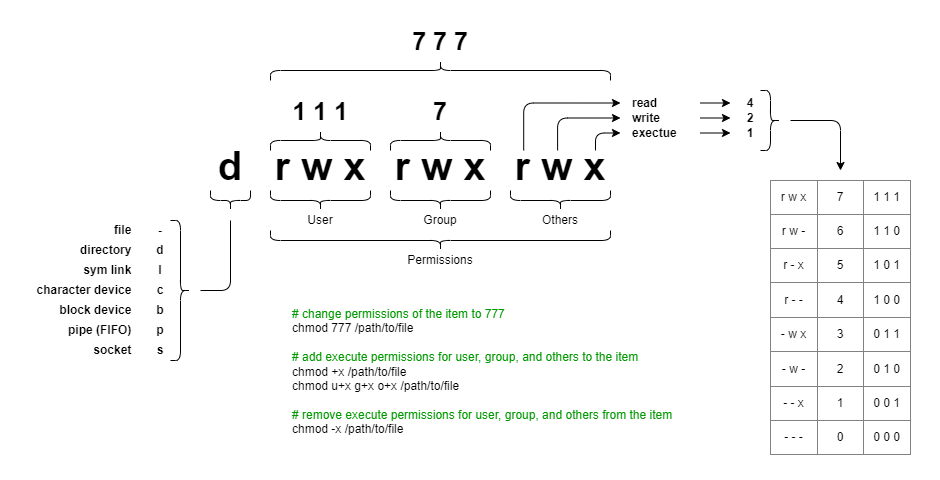
Turukmoorea/cheat_sheets keeps this draw.io diagram as unix_rwx_cheat_pic/unix_rwx.png. Above is the earlier version. Source tidied: cells renumbered, new cells last; positions are measured from the earlier drawing's top-left corner, leaving out a move shared by most shapes.
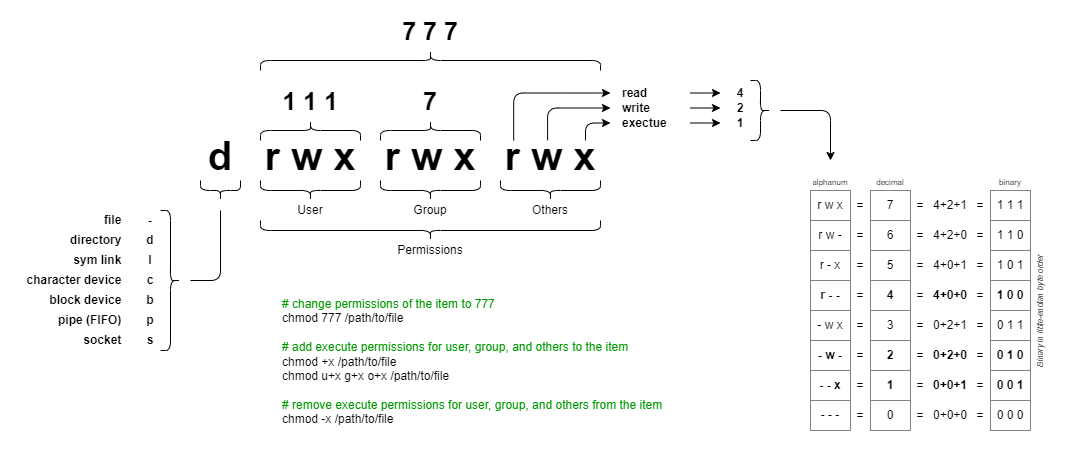
After the change.

Commit message:
update unix_rwx

What changed in the source:
```diff
@@ -2,9 +2,9 @@
   <root>
     <mxCell id="0" />
     <mxCell id="1" parent="0" />
-    <mxCell id="2" style="rounded=0;whiteSpace=wrap;html=1;strokeColor=none;" parent="1" vertex="1">
-      <mxGeometry y="100" width="940" height="480" as="geometry" />
-    </mxCell>
+    <mxCell id="86" style="rounded=0;whiteSpace=wrap;html=1;strokeColor=none;" parent="1" vertex="1">
+      <mxGeometry x="10" y="110" width="1070" height="450" as="geometry" />
+    </mxCell>
     <mxCell id="3" value="Permissions" style="text;html=1;align=center;verticalAlign=middle;whiteSpace=wrap;rounded=0;" parent="1" vertex="1">
       <mxGeometry x="270" y="350" width="340" height="20" as="geometry" />
     </mxCell>
@@ -137,105 +137,6 @@
     <mxCell id="44" value="4" style="text;html=1;align=center;verticalAlign=middle;whiteSpace=wrap;rounded=0;fontStyle=1;" parent="1" vertex="1">
       <mxGeometry x="730" y="195" width="40" height="15" as="geometry" />
     </mxCell>
-    <mxCell id="45" style="shadow=0;fillColor=none;strokeWidth=1;strokeColor=#828282;" parent="1" vertex="1">
-      <mxGeometry x="770" y="280" width="140" height="274" as="geometry" />
-    </mxCell>
-    <mxCell id="46" style="shape=tableRow;horizontal=0;startSize=0;swimlaneHead=0;swimlaneBody=0;top=0;left=0;bottom=0;right=0;fontStyle=0;fillColor=none;strokeColor=#828282;" parent="45" vertex="1">
-      <mxGeometry width="140" height="34" as="geometry" />
-    </mxCell>
-    <mxCell id="47" value="r w x" style="strokeColor=#828282;fillColor=none;align=center;whiteSpace=wrap;html=1;" parent="46" vertex="1">
-      <mxGeometry width="47" height="34" as="geometry" />
-    </mxCell>
-    <mxCell id="48" value="7" style="strokeColor=#828282;fillColor=none;align=center;whiteSpace=wrap;html=1;" parent="46" vertex="1">
-      <mxGeometry x="47" width="46" height="34" as="geometry" />
-    </mxCell>
-    <mxCell id="49" value="1 1 1" style="strokeColor=#828282;fillColor=none;align=center;whiteSpace=wrap;html=1;" parent="46" vertex="1">
-      <mxGeometry x="93" width="47" height="34" as="geometry" />
-    </mxCell>
-    <mxCell id="50" style="shape=tableRow;horizontal=0;startSize=0;swimlaneHead=0;swimlaneBody=0;top=0;left=0;bottom=0;right=0;fontStyle=0;fillColor=none;strokeColor=#828282;" parent="45" vertex="1">
-      <mxGeometry y="34" width="140" height="34" as="geometry" />
-    </mxCell>
-    <mxCell id="51" value="r w -" style="strokeColor=#828282;fillColor=none;align=center;whiteSpace=wrap;html=1;" parent="50" vertex="1">
-      <mxGeometry width="47" height="34" as="geometry" />
-    </mxCell>
-    <mxCell id="52" value="6" style="strokeColor=#828282;fillColor=none;align=center;whiteSpace=wrap;html=1;" parent="50" vertex="1">
-      <mxGeometry x="47" width="46" height="34" as="geometry" />
-    </mxCell>
-    <mxCell id="53" value="1 1 0" style="strokeColor=#828282;fillColor=none;align=center;whiteSpace=wrap;html=1;" parent="50" vertex="1">
-      <mxGeometry x="93" width="47" height="34" as="geometry" />
-    </mxCell>
-    <mxCell id="54" style="shape=tableRow;horizontal=0;startSize=0;swimlaneHead=0;swimlaneBody=0;top=0;left=0;bottom=0;right=0;fontStyle=0;fillColor=none;strokeColor=#828282;" parent="45" vertex="1">
-      <mxGeometry y="68" width="140" height="34" as="geometry" />
-    </mxCell>
-    <mxCell id="55" value="r - x" style="strokeColor=#828282;fillColor=none;align=center;whiteSpace=wrap;html=1;" parent="54" vertex="1">
-      <mxGeometry width="47" height="34" as="geometry" />
-    </mxCell>
-    <mxCell id="56" value="5" style="strokeColor=#828282;fillColor=none;align=center;whiteSpace=wrap;html=1;" parent="54" vertex="1">
-      <mxGeometry x="47" width="46" height="34" as="geometry" />
-    </mxCell>
-    <mxCell id="57" value="1 0 1" style="strokeColor=#828282;fillColor=none;align=center;whiteSpace=wrap;html=1;" parent="54" vertex="1">
-      <mxGeometry x="93" width="47" height="34" as="geometry" />
-    </mxCell>
-    <mxCell id="58" style="shape=tableRow;horizontal=0;startSize=0;swimlaneHead=0;swimlaneBody=0;top=0;left=0;bottom=0;right=0;fontStyle=0;fillColor=none;strokeColor=#828282;" parent="45" vertex="1">
-      <mxGeometry y="102" width="140" height="35" as="geometry" />
-    </mxCell>
-    <mxCell id="59" value="r - -" style="strokeColor=#828282;fillColor=none;align=center;whiteSpace=wrap;html=1;" parent="58" vertex="1">
-      <mxGeometry width="47" height="35" as="geometry" />
-    </mxCell>
-    <mxCell id="60" value="4" style="strokeColor=#828282;fillColor=none;align=center;whiteSpace=wrap;html=1;" parent="58" vertex="1">
-      <mxGeometry x="47" width="46" height="35" as="geometry" />
-    </mxCell>
-    <mxCell id="61" value="1 0 0" style="strokeColor=#828282;fillColor=none;align=center;whiteSpace=wrap;html=1;" parent="58" vertex="1">
-      <mxGeometry x="93" width="47" height="35" as="geometry" />
-    </mxCell>
-    <mxCell id="62" style="shape=tableRow;horizontal=0;startSize=0;swimlaneHead=0;swimlaneBody=0;top=0;left=0;bottom=0;right=0;fontStyle=0;fillColor=none;strokeColor=#828282;" parent="45" vertex="1">
-      <mxGeometry y="137" width="140" height="34" as="geometry" />
-    </mxCell>
-    <mxCell id="63" value="- w x" style="strokeColor=#828282;fillColor=none;align=center;whiteSpace=wrap;html=1;" parent="62" vertex="1">
-      <mxGeometry width="47" height="34" as="geometry" />
-    </mxCell>
-    <mxCell id="64" value="3" style="strokeColor=#828282;fillColor=none;align=center;whiteSpace=wrap;html=1;" parent="62" vertex="1">
-      <mxGeometry x="47" width="46" height="34" as="geometry" />
-    </mxCell>
-    <mxCell id="65" value="0 1 1" style="strokeColor=#828282;fillColor=none;align=center;whiteSpace=wrap;html=1;" parent="62" vertex="1">
-      <mxGeometry x="93" width="47" height="34" as="geometry" />
-    </mxCell>
-    <mxCell id="66" style="shape=tableRow;horizontal=0;startSize=0;swimlaneHead=0;swimlaneBody=0;top=0;left=0;bottom=0;right=0;fontStyle=0;fillColor=none;strokeColor=#828282;" parent="45" vertex="1">
-      <mxGeometry y="171" width="140" height="35" as="geometry" />
-    </mxCell>
-    <mxCell id="67" value="- w -" style="strokeColor=#828282;fillColor=none;align=center;whiteSpace=wrap;html=1;" parent="66" vertex="1">
-      <mxGeometry width="47" height="35" as="geometry" />
-    </mxCell>
-    <mxCell id="68" value="2" style="strokeColor=#828282;fillColor=none;align=center;whiteSpace=wrap;html=1;" parent="66" vertex="1">
-      <mxGeometry x="47" width="46" height="35" as="geometry" />
-    </mxCell>
-    <mxCell id="69" value="0 1 0" style="strokeColor=#828282;fillColor=none;align=center;whiteSpace=wrap;html=1;" parent="66" vertex="1">
-      <mxGeometry x="93" width="47" height="35" as="geometry" />
-    </mxCell>
-    <mxCell id="70" style="shape=tableRow;horizontal=0;startSize=0;swimlaneHead=0;swimlaneBody=0;top=0;left=0;bottom=0;right=0;fontStyle=0;fillColor=none;strokeColor=#828282;" parent="45" vertex="1">
-      <mxGeometry y="206" width="140" height="34" as="geometry" />
-    </mxCell>
-    <mxCell id="71" value="- - x" style="strokeColor=#828282;fillColor=none;align=center;whiteSpace=wrap;html=1;" parent="70" vertex="1">
-      <mxGeometry width="47" height="34" as="geometry" />
-    </mxCell>
-    <mxCell id="72" value="1" style="strokeColor=#828282;fillColor=none;align=center;whiteSpace=wrap;html=1;" parent="70" vertex="1">
-      <mxGeometry x="47" width="46" height="34" as="geometry" />
-    </mxCell>
-    <mxCell id="73" value="0 0 1" style="strokeColor=#828282;fillColor=none;align=center;whiteSpace=wrap;html=1;" parent="70" vertex="1">
-      <mxGeometry x="93" width="47" height="34" as="geometry" />
-    </mxCell>
-    <mxCell id="74" style="shape=tableRow;horizontal=0;startSize=0;swimlaneHead=0;swimlaneBody=0;top=0;left=0;bottom=0;right=0;fontStyle=0;fillColor=none;strokeColor=#828282;" parent="45" vertex="1">
-      <mxGeometry y="240" width="140" height="34" as="geometry" />
-    </mxCell>
-    <mxCell id="75" value="- - -" style="strokeColor=#828282;fillColor=none;align=center;whiteSpace=wrap;html=1;" parent="74" vertex="1">
-      <mxGeometry width="47" height="34" as="geometry" />
-    </mxCell>
-    <mxCell id="76" value="0" style="strokeColor=#828282;fillColor=none;align=center;whiteSpace=wrap;html=1;" parent="74" vertex="1">
-      <mxGeometry x="47" width="46" height="34" as="geometry" />
-    </mxCell>
-    <mxCell id="77" value="0 0 0" style="strokeColor=#828282;fillColor=none;align=center;whiteSpace=wrap;html=1;" parent="74" vertex="1">
-      <mxGeometry x="93" width="47" height="34" as="geometry" />
-    </mxCell>
     <mxCell id="78" style="shape=curlyBracket;whiteSpace=wrap;html=1;rounded=1;labelPosition=left;verticalLabelPosition=middle;align=right;verticalAlign=middle;rotation=-180;" parent="1" vertex="1">
       <mxGeometry x="760" y="190" width="20" height="60" as="geometry" />
     </mxCell>
@@ -266,5 +167,206 @@
     <mxCell id="85" style="shape=curlyBracket;whiteSpace=wrap;html=1;rounded=1;labelPosition=left;verticalLabelPosition=middle;align=right;verticalAlign=middle;rotation=90;" parent="1" vertex="1">
       <mxGeometry x="430" y="190" width="20" height="100" as="geometry" />
     </mxCell>
+    <mxCell id="87" value="alphanum" style="text;html=1;align=center;verticalAlign=bottom;whiteSpace=wrap;rounded=0;fontSize=8;" parent="1" vertex="1">
+      <mxGeometry x="820" y="280" width="40" height="20" as="geometry" />
+    </mxCell>
+    <mxCell id="88" value="decimal" style="text;html=1;align=center;verticalAlign=bottom;whiteSpace=wrap;rounded=0;fontSize=8;" parent="1" vertex="1">
+      <mxGeometry x="880" y="280" width="40" height="20" as="geometry" />
+    </mxCell>
+    <mxCell id="89" value="binary" style="text;html=1;align=center;verticalAlign=bottom;whiteSpace=wrap;rounded=0;fontSize=8;" parent="1" vertex="1">
+      <mxGeometry x="1000" y="280" width="40" height="20" as="geometry" />
+    </mxCell>
+    <mxCell id="90" value="=" style="group;" parent="1" vertex="1">
+      <mxGeometry x="860" y="300" width="20" height="240" as="geometry" />
+    </mxCell>
+    <mxCell id="91" value="=" style="rounded=0;whiteSpace=wrap;html=1;strokeColor=none;" parent="90" vertex="1">
+      <mxGeometry width="20" height="30" as="geometry" />
+    </mxCell>
+    <mxCell id="92" value="=" style="rounded=0;whiteSpace=wrap;html=1;strokeColor=none;" parent="90" vertex="1">
+      <mxGeometry y="30" width="20" height="30" as="geometry" />
+    </mxCell>
+    <mxCell id="93" value="=" style="rounded=0;whiteSpace=wrap;html=1;strokeColor=none;" parent="90" vertex="1">
+      <mxGeometry y="60" width="20" height="30" as="geometry" />
+    </mxCell>
+    <mxCell id="94" value="=" style="rounded=0;whiteSpace=wrap;html=1;strokeColor=none;" parent="90" vertex="1">
+      <mxGeometry y="90" width="20" height="30" as="geometry" />
+    </mxCell>
+    <mxCell id="95" value="=" style="rounded=0;whiteSpace=wrap;html=1;strokeColor=none;" parent="90" vertex="1">
+      <mxGeometry y="120" width="20" height="30" as="geometry" />
+    </mxCell>
+    <mxCell id="96" value="=" style="rounded=0;whiteSpace=wrap;html=1;strokeColor=none;" parent="90" vertex="1">
+      <mxGeometry y="150" width="20" height="30" as="geometry" />
+    </mxCell>
+    <mxCell id="97" value="=" style="rounded=0;whiteSpace=wrap;html=1;strokeColor=none;" parent="90" vertex="1">
+      <mxGeometry y="180" width="20" height="30" as="geometry" />
+    </mxCell>
+    <mxCell id="98" value="=" style="rounded=0;whiteSpace=wrap;html=1;strokeColor=none;" parent="90" vertex="1">
+      <mxGeometry y="210" width="20" height="30" as="geometry" />
+    </mxCell>
+    <mxCell id="99" value="=" style="group;" parent="1" vertex="1">
+      <mxGeometry x="920" y="300" width="20" height="240" as="geometry" />
+    </mxCell>
+    <mxCell id="100" value="=" style="rounded=0;whiteSpace=wrap;html=1;strokeColor=none;" parent="99" vertex="1">
+      <mxGeometry width="20" height="30" as="geometry" />
+    </mxCell>
+    <mxCell id="101" value="=" style="rounded=0;whiteSpace=wrap;html=1;strokeColor=none;" parent="99" vertex="1">
+      <mxGeometry y="30" width="20" height="30" as="geometry" />
+    </mxCell>
+    <mxCell id="102" value="=" style="rounded=0;whiteSpace=wrap;html=1;strokeColor=none;" parent="99" vertex="1">
+      <mxGeometry y="60" width="20" height="30" as="geometry" />
+    </mxCell>
+    <mxCell id="103" value="=" style="rounded=0;whiteSpace=wrap;html=1;strokeColor=none;" parent="99" vertex="1">
+      <mxGeometry y="90" width="20" height="30" as="geometry" />
+    </mxCell>
+    <mxCell id="104" value="=" style="rounded=0;whiteSpace=wrap;html=1;strokeColor=none;" parent="99" vertex="1">
+      <mxGeometry y="120" width="20" height="30" as="geometry" />
+    </mxCell>
+    <mxCell id="105" value="=" style="rounded=0;whiteSpace=wrap;html=1;strokeColor=none;" parent="99" vertex="1">
+      <mxGeometry y="150" width="20" height="30" as="geometry" />
+    </mxCell>
+    <mxCell id="106" value="=" style="rounded=0;whiteSpace=wrap;html=1;strokeColor=none;" parent="99" vertex="1">
+      <mxGeometry y="180" width="20" height="30" as="geometry" />
+    </mxCell>
+    <mxCell id="107" value="=" style="rounded=0;whiteSpace=wrap;html=1;strokeColor=none;" parent="99" vertex="1">
+      <mxGeometry y="210" width="20" height="30" as="geometry" />
+    </mxCell>
+    <mxCell id="108" value="=" style="group;" parent="1" vertex="1">
+      <mxGeometry x="980" y="300" width="20" height="240" as="geometry" />
+    </mxCell>
+    <mxCell id="109" value="=" style="rounded=0;whiteSpace=wrap;html=1;strokeColor=none;" parent="108" vertex="1">
+      <mxGeometry width="20" height="30" as="geometry" />
+    </mxCell>
+    <mxCell id="110" value="=" style="rounded=0;whiteSpace=wrap;html=1;strokeColor=none;" parent="108" vertex="1">
+      <mxGeometry y="30" width="20" height="30" as="geometry" />
+    </mxCell>
+    <mxCell id="111" value="=" style="rounded=0;whiteSpace=wrap;html=1;strokeColor=none;" parent="108" vertex="1">
+      <mxGeometry y="60" width="20" height="30" as="geometry" />
+    </mxCell>
+    <mxCell id="112" value="=" style="rounded=0;whiteSpace=wrap;html=1;strokeColor=none;" parent="108" vertex="1">
+      <mxGeometry y="90" width="20" height="30" as="geometry" />
+    </mxCell>
+    <mxCell id="113" value="=" style="rounded=0;whiteSpace=wrap;html=1;strokeColor=none;" parent="108" vertex="1">
+      <mxGeometry y="120" width="20" height="30" as="geometry" />
+    </mxCell>
+    <mxCell id="114" value="=" style="rounded=0;whiteSpace=wrap;html=1;strokeColor=none;" parent="108" vertex="1">
+      <mxGeometry y="150" width="20" height="30" as="geometry" />
+    </mxCell>
+    <mxCell id="115" value="=" style="rounded=0;whiteSpace=wrap;html=1;strokeColor=none;" parent="108" vertex="1">
+      <mxGeometry y="180" width="20" height="30" as="geometry" />
+    </mxCell>
+    <mxCell id="116" value="=" style="rounded=0;whiteSpace=wrap;html=1;strokeColor=none;" parent="108" vertex="1">
+      <mxGeometry y="210" width="20" height="30" as="geometry" />
+    </mxCell>
+    <mxCell id="117" style="group;" parent="1" vertex="1">
+      <mxGeometry x="820" y="300" width="40" height="240" as="geometry" />
+    </mxCell>
+    <mxCell id="47" value="r w x" style="rounded=0;whiteSpace=wrap;html=1;strokeColor=#828282;" parent="117" vertex="1">
+      <mxGeometry width="40" height="30" as="geometry" />
+    </mxCell>
+    <mxCell id="51" value="r w -" style="rounded=0;whiteSpace=wrap;html=1;strokeColor=#828282;" parent="117" vertex="1">
+      <mxGeometry y="30" width="40" height="30" as="geometry" />
+    </mxCell>
+    <mxCell id="55" value="r - x" style="rounded=0;whiteSpace=wrap;html=1;strokeColor=#828282;" parent="117" vertex="1">
+      <mxGeometry y="60" width="40" height="30" as="geometry" />
+    </mxCell>
+    <mxCell id="59" value="&lt;b&gt;r - -&lt;/b&gt;" style="rounded=0;whiteSpace=wrap;html=1;strokeColor=#828282;" parent="117" vertex="1">
+      <mxGeometry y="90" width="40" height="30" as="geometry" />
+    </mxCell>
+    <mxCell id="63" value="- w x" style="rounded=0;whiteSpace=wrap;html=1;strokeColor=#828282;" parent="117" vertex="1">
+      <mxGeometry y="120" width="40" height="30" as="geometry" />
+    </mxCell>
+    <mxCell id="67" value="&lt;b&gt;- w -&lt;/b&gt;" style="rounded=0;whiteSpace=wrap;html=1;strokeColor=#828282;" parent="117" vertex="1">
+      <mxGeometry y="150" width="40" height="30" as="geometry" />
+    </mxCell>
+    <mxCell id="71" value="&lt;b&gt;- - x&lt;/b&gt;" style="rounded=0;whiteSpace=wrap;html=1;strokeColor=#828282;" parent="117" vertex="1">
+      <mxGeometry y="180" width="40" height="30" as="geometry" />
+    </mxCell>
+    <mxCell id="75" value="- - -" style="rounded=0;whiteSpace=wrap;html=1;strokeColor=#828282;" parent="117" vertex="1">
+      <mxGeometry y="210" width="40" height="30" as="geometry" />
+    </mxCell>
+    <mxCell id="118" style="group;" parent="1" vertex="1">
+      <mxGeometry x="1000" y="300" width="40" height="240" as="geometry" />
+    </mxCell>
+    <mxCell id="53" value="1 1 0" style="rounded=0;whiteSpace=wrap;html=1;strokeColor=#828282;" parent="118" vertex="1">
+      <mxGeometry y="30" width="40" height="30" as="geometry" />
+    </mxCell>
+    <mxCell id="57" value="1 0 1" style="rounded=0;whiteSpace=wrap;html=1;strokeColor=#828282;" parent="118" vertex="1">
+      <mxGeometry y="60" width="40" height="30" as="geometry" />
+    </mxCell>
+    <mxCell id="61" value="&lt;b&gt;1 0 0&lt;/b&gt;" style="rounded=0;whiteSpace=wrap;html=1;strokeColor=#828282;" parent="118" vertex="1">
+      <mxGeometry y="90" width="40" height="30" as="geometry" />
+    </mxCell>
+    <mxCell id="65" value="0 1 1" style="rounded=0;whiteSpace=wrap;html=1;strokeColor=#828282;" parent="118" vertex="1">
+      <mxGeometry y="120" width="40" height="30" as="geometry" />
+    </mxCell>
+    <mxCell id="69" value="&lt;b&gt;0 1 0&lt;/b&gt;" style="rounded=0;whiteSpace=wrap;html=1;strokeColor=#828282;" parent="118" vertex="1">
+      <mxGeometry y="150" width="40" height="30" as="geometry" />
+    </mxCell>
+    <mxCell id="73" value="&lt;b&gt;0 0 1&lt;/b&gt;" style="rounded=0;whiteSpace=wrap;html=1;strokeColor=#828282;" parent="118" vertex="1">
+      <mxGeometry y="180" width="40" height="30" as="geometry" />
+    </mxCell>
+    <mxCell id="77" value="0 0 0" style="rounded=0;whiteSpace=wrap;html=1;strokeColor=#828282;" parent="118" vertex="1">
+      <mxGeometry y="210" width="40" height="30" as="geometry" />
+    </mxCell>
+    <mxCell id="49" value="1 1 1" style="rounded=0;whiteSpace=wrap;html=1;strokeColor=#828282;" parent="118" vertex="1">
+      <mxGeometry width="40" height="30" as="geometry" />
+    </mxCell>
+    <mxCell id="119" value="7" style="group;" parent="1" vertex="1">
+      <mxGeometry x="880" y="300" width="40" height="240" as="geometry" />
+    </mxCell>
+    <mxCell id="120" value="7" style="rounded=0;whiteSpace=wrap;html=1;strokeColor=#828282;" parent="119" vertex="1">
+      <mxGeometry width="40" height="30" as="geometry" />
+    </mxCell>
+    <mxCell id="52" value="6" style="rounded=0;whiteSpace=wrap;html=1;strokeColor=#828282;" parent="119" vertex="1">
+      <mxGeometry y="30" width="40" height="30" as="geometry" />
+    </mxCell>
+    <mxCell id="56" value="5" style="rounded=0;whiteSpace=wrap;html=1;strokeColor=#828282;" parent="119" vertex="1">
+      <mxGeometry y="60" width="40" height="30" as="geometry" />
+    </mxCell>
+    <mxCell id="60" value="&lt;b&gt;4&lt;/b&gt;" style="rounded=0;whiteSpace=wrap;html=1;strokeColor=#828282;" parent="119" vertex="1">
+      <mxGeometry y="90" width="40" height="30" as="geometry" />
+    </mxCell>
+    <mxCell id="64" value="3" style="rounded=0;whiteSpace=wrap;html=1;strokeColor=#828282;" parent="119" vertex="1">
+      <mxGeometry y="120" width="40" height="30" as="geometry" />
+    </mxCell>
+    <mxCell id="68" value="&lt;b&gt;2&lt;/b&gt;" style="rounded=0;whiteSpace=wrap;html=1;strokeColor=#828282;" parent="119" vertex="1">
+      <mxGeometry y="150" width="40" height="30" as="geometry" />
+    </mxCell>
+    <mxCell id="72" value="&lt;b&gt;1&lt;/b&gt;" style="rounded=0;whiteSpace=wrap;html=1;strokeColor=#828282;" parent="119" vertex="1">
+      <mxGeometry y="180" width="40" height="30" as="geometry" />
+    </mxCell>
+    <mxCell id="76" value="0" style="rounded=0;whiteSpace=wrap;html=1;strokeColor=#828282;" parent="119" vertex="1">
+      <mxGeometry y="210" width="40" height="30" as="geometry" />
+    </mxCell>
+    <mxCell id="121" style="group;strokeColor=none;" parent="1" vertex="1">
+      <mxGeometry x="940" y="300" width="40" height="240" as="geometry" />
+    </mxCell>
+    <mxCell id="122" value="4+2+0" style="rounded=0;whiteSpace=wrap;html=1;strokeColor=none;" parent="121" vertex="1">
+      <mxGeometry y="30" width="40" height="30" as="geometry" />
+    </mxCell>
+    <mxCell id="123" value="4+0+1" style="rounded=0;whiteSpace=wrap;html=1;strokeColor=none;" parent="121" vertex="1">
+      <mxGeometry y="60" width="40" height="30" as="geometry" />
+    </mxCell>
+    <mxCell id="124" value="&lt;b&gt;4+0+0&lt;/b&gt;" style="rounded=0;whiteSpace=wrap;html=1;strokeColor=none;" parent="121" vertex="1">
+      <mxGeometry y="90" width="40" height="30" as="geometry" />
+    </mxCell>
+    <mxCell id="125" value="0+2+1" style="rounded=0;whiteSpace=wrap;html=1;strokeColor=none;" parent="121" vertex="1">
+      <mxGeometry y="120" width="40" height="30" as="geometry" />
+    </mxCell>
+    <mxCell id="126" value="&lt;b&gt;0+2+0&lt;/b&gt;" style="rounded=0;whiteSpace=wrap;html=1;strokeColor=none;" parent="121" vertex="1">
+      <mxGeometry y="150" width="40" height="30" as="geometry" />
+    </mxCell>
+    <mxCell id="127" value="&lt;b&gt;0+0+1&lt;/b&gt;" style="rounded=0;whiteSpace=wrap;html=1;strokeColor=none;" parent="121" vertex="1">
+      <mxGeometry y="180" width="40" height="30" as="geometry" />
+    </mxCell>
+    <mxCell id="128" value="0+0+0" style="rounded=0;whiteSpace=wrap;html=1;strokeColor=none;" parent="121" vertex="1">
+      <mxGeometry y="210" width="40" height="30" as="geometry" />
+    </mxCell>
+    <mxCell id="129" value="4+2+1" style="rounded=0;whiteSpace=wrap;html=1;strokeColor=none;" parent="121" vertex="1">
+      <mxGeometry width="40" height="30" as="geometry" />
+    </mxCell>
+    <mxCell id="130" value="Binary in little-endian byte order" style="text;html=1;align=center;verticalAlign=middle;whiteSpace=wrap;rounded=0;fontSize=8;rotation=-90;fontStyle=2;fontColor=#666666;" parent="1" vertex="1">
+      <mxGeometry x="931.2" y="415" width="237" height="10" as="geometry" />
+    </mxCell>
   </root>
 </mxGraphModel>
```
